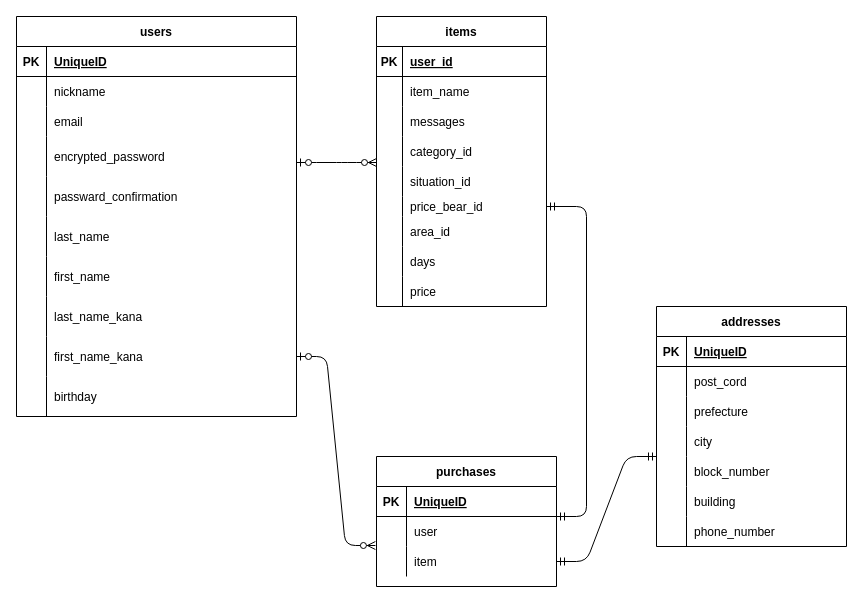
Above: page "ページ1" (1 of 2) of test.dio in misakiko/furima-38132 (draw.io), before the change. Source tidied: cells renumbered, new cells numbered last; positions are measured from the earlier drawing's top-left corner, leaving out a move shared by most shapes. Both pictures are drawn from the tidied source at 100%, with x=0, y=0 at pixel (16, 16).
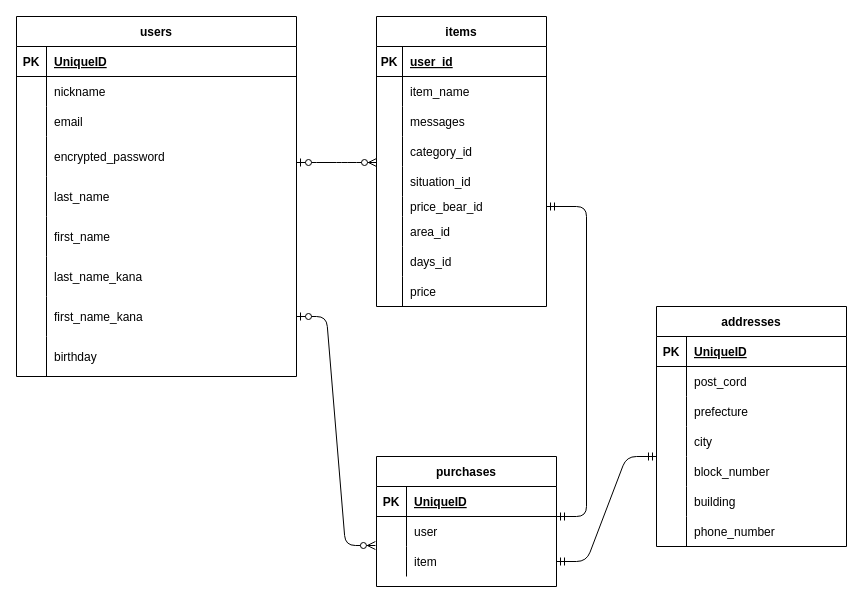
The same page after the edit.

Unchanged cells that the change refers to:
```xml
<mxCell id="65" style="shape=partialRectangle;fillColor=none;top=0;left=0;bottom=0;right=0;" parent="43" vertex="1">
  <mxGeometry y="230" width="170" height="30" as="geometry" />
</mxCell>
```

The edit, as a diff of the source:
```diff
@@
     <mxCell id="12" value="users" style="shape=table;startSize=30;childLayout=tableLayout;rowLines=0;fontStyle=1;align=center;" parent="1" vertex="1">
-      <mxGeometry width="280" height="400" as="geometry" />
+      <mxGeometry width="280" height="360" as="geometry" />
     </mxCell>
@@
-    <mxCell id="25" style="shape=partialRectangle;fillColor=none;top=0;left=0;bottom=0;right=0;" parent="12" vertex="1">
-      <mxGeometry y="160" width="280" height="40" as="geometry" />
-    </mxCell>
-    <mxCell id="26" style="shape=partialRectangle;fillColor=none;top=0;left=0;bottom=0;right=0;overflow=hidden;" parent="25" vertex="1">
-      <mxGeometry width="30" height="40" as="geometry" />
-    </mxCell>
-    <mxCell id="27" value="passward_confirmation" style="shape=partialRectangle;fillColor=none;top=0;left=0;bottom=0;right=0;align=left;spacingLeft=6;overflow=hidden;" parent="25" vertex="1">
-      <mxGeometry x="30" width="250" height="40" as="geometry" />
-    </mxCell>
     <mxCell id="28" style="shape=partialRectangle;fillColor=none;top=0;left=0;bottom=0;right=0;" parent="12" vertex="1">
-      <mxGeometry y="200" width="280" height="40" as="geometry" />
+      <mxGeometry y="160" width="280" height="40" as="geometry" />
     </mxCell>
@@
     <mxCell id="31" style="shape=partialRectangle;fillColor=none;top=0;left=0;bottom=0;right=0;" parent="12" vertex="1">
-      <mxGeometry y="240" width="280" height="40" as="geometry" />
+      <mxGeometry y="200" width="280" height="40" as="geometry" />
     </mxCell>
@@
     <mxCell id="34" style="shape=partialRectangle;fillColor=none;top=0;left=0;bottom=0;right=0;" parent="12" vertex="1">
-      <mxGeometry y="280" width="280" height="40" as="geometry" />
+      <mxGeometry y="240" width="280" height="40" as="geometry" />
     </mxCell>
@@
     <mxCell id="37" style="shape=partialRectangle;fillColor=none;top=0;left=0;bottom=0;right=0;points=[[0,0.5],[1,0.5]];portConstraint=eastwest;" parent="12" vertex="1">
-      <mxGeometry y="320" width="280" height="40" as="geometry" />
+      <mxGeometry y="280" width="280" height="40" as="geometry" />
     </mxCell>
@@
     <mxCell id="40" style="shape=partialRectangle;fillColor=none;top=0;left=0;bottom=0;right=0;" parent="12" vertex="1">
-      <mxGeometry y="360" width="280" height="40" as="geometry" />
+      <mxGeometry y="320" width="280" height="40" as="geometry" />
     </mxCell>
@@
-    <mxCell id="67" value="days" style="shape=partialRectangle;fillColor=none;top=0;left=0;bottom=0;right=0;align=left;spacingLeft=6;overflow=hidden;" parent="65" vertex="1">
+    <mxCell id="67" value="days_id" style="shape=partialRectangle;fillColor=none;top=0;left=0;bottom=0;right=0;align=left;spacingLeft=6;overflow=hidden;" parent="65" vertex="1">
       <mxGeometry x="26" width="144" height="30" as="geometry" />
     </mxCell>
```
